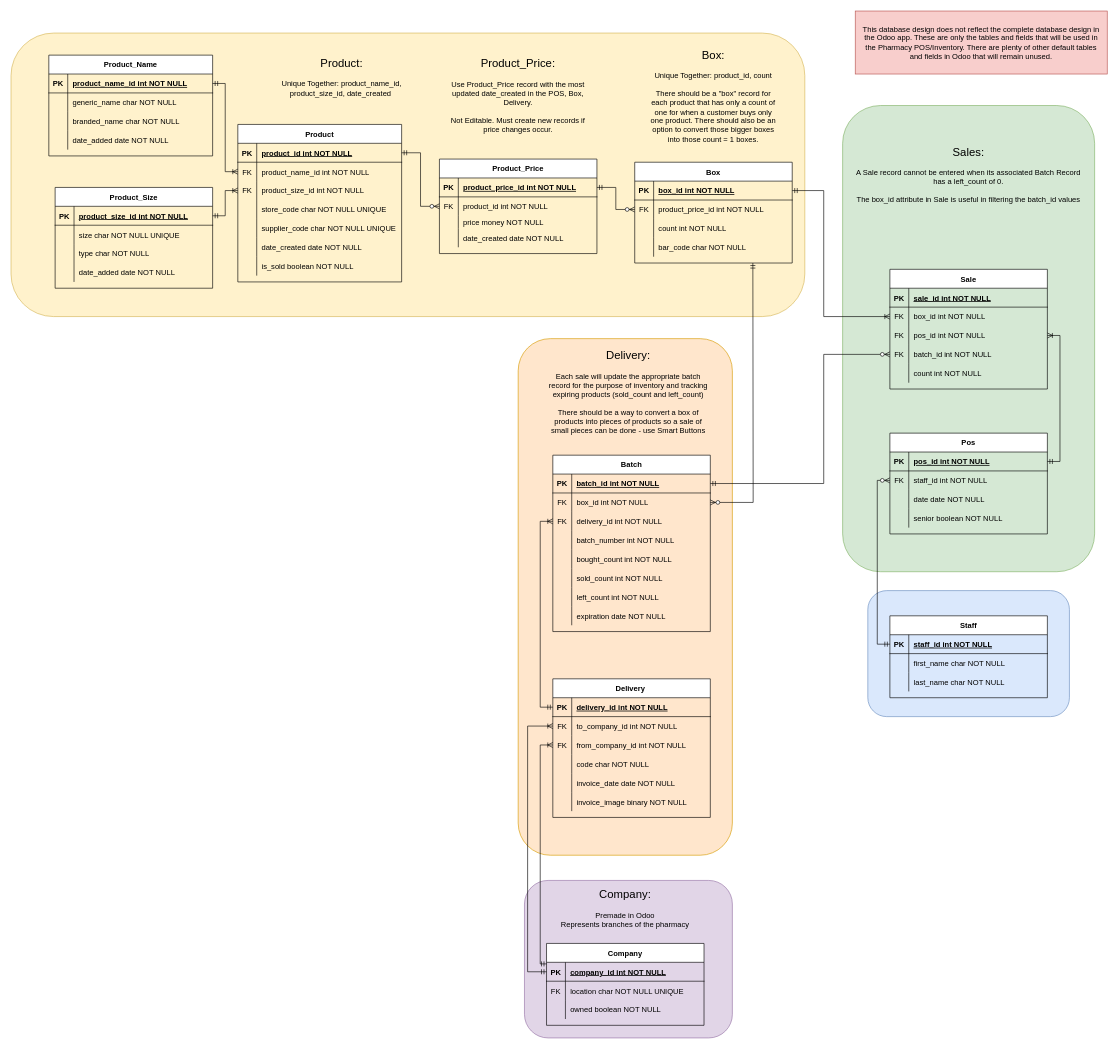
The draw.io diagram db-design.drawio in thisLexic/pharma-pos, before the edit. Source tidied: cells renumbered, new cells numbered last; positions are measured from the earlier drawing's top-left corner, leaving out a move shared by most shapes. Both pictures are drawn from the tidied source at 63%, with x=0, y=0 at pixel (11, 11).
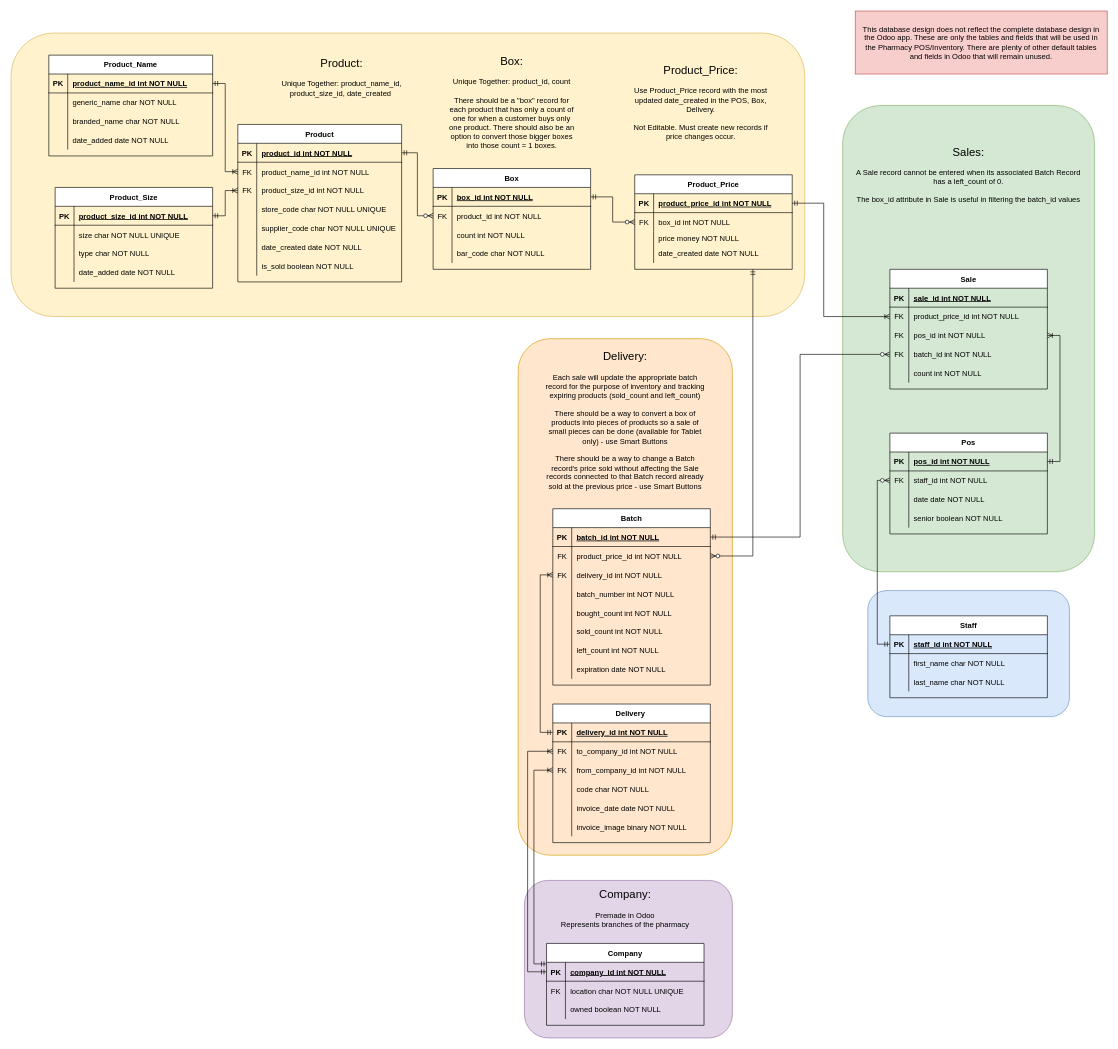
After the change.

The change refers to these unchanged cells:
```xml
<mxCell id="12" style="shape=partialRectangle;fillColor=none;points=[[0,0.5],[1,0.5]];portConstraint=eastwest;top=0;left=0;right=0;bottom=0;" parent="8" vertex="1">
  <mxGeometry y="60" width="250" height="30" as="geometry" />
</mxCell>
<mxCell id="15" style="shape=partialRectangle;fillColor=none;points=[[0,0.5],[1,0.5]];portConstraint=eastwest;top=0;left=0;right=0;bottom=0;" parent="8" vertex="1">
  <mxGeometry y="90" width="250" height="30" as="geometry" />
</mxCell>
<mxCell id="41" style="shape=partialRectangle;fillColor=none;points=[[0,0.5],[1,0.5]];portConstraint=eastwest;top=0;left=0;right=0;bottom=1;" parent="40" vertex="1">
  <mxGeometry y="30" width="260" height="30" as="geometry" />
</mxCell>
<mxCell id="95" style="shape=partialRectangle;fillColor=none;points=[[0,0.5],[1,0.5]];portConstraint=eastwest;top=0;left=0;right=0;bottom=0;" parent="91" vertex="1">
  <mxGeometry y="60" width="250" height="30" as="geometry" />
</mxCell>
<mxCell id="101" style="shape=partialRectangle;fillColor=none;points=[[0,0.5],[1,0.5]];portConstraint=eastwest;top=0;left=0;right=0;bottom=0;" parent="91" vertex="1">
  <mxGeometry y="120" width="250" height="30" as="geometry" />
</mxCell>
<mxCell id="111" value="Company" style="shape=table;startSize=30;childLayout=tableLayout;rowLines=0;fontStyle=1;align=center;" parent="1" vertex="1">
  <mxGeometry x="850" y="1480" width="250" height="130" as="geometry" />
</mxCell>
<mxCell id="112" style="shape=partialRectangle;fillColor=none;points=[[0,0.5],[1,0.5]];portConstraint=eastwest;top=0;left=0;right=0;bottom=1;" parent="111" vertex="1">
  <mxGeometry y="30" width="250" height="30" as="geometry" />
</mxCell>
<mxCell id="125" style="shape=partialRectangle;fillColor=none;points=[[0,0.5],[1,0.5]];portConstraint=eastwest;top=0;left=0;right=0;bottom=1;" parent="124" vertex="1">
  <mxGeometry y="30" width="250" height="30" as="geometry" />
</mxCell>
<mxCell id="128" style="shape=partialRectangle;fillColor=none;points=[[0,0.5],[1,0.5]];portConstraint=eastwest;top=0;left=0;right=0;bottom=0;" parent="124" vertex="1">
  <mxGeometry y="60" width="250" height="30" as="geometry" />
</mxCell>
<mxCell id="153" style="shape=partialRectangle;fillColor=none;points=[[0,0.5],[1,0.5]];portConstraint=eastwest;top=0;left=0;right=0;bottom=1;" parent="152" vertex="1">
  <mxGeometry y="30" width="250" height="30" as="geometry" />
</mxCell>
<mxCell id="156" style="shape=partialRectangle;fillColor=none;points=[[0,0.5],[1,0.5]];portConstraint=eastwest;top=0;left=0;right=0;bottom=0;" parent="152" vertex="1">
  <mxGeometry y="60" width="250" height="30" as="geometry" />
</mxCell>
<mxCell id="179" style="shape=partialRectangle;points=[[0,0.5],[1,0.5]];portConstraint=eastwest;top=0;left=0;right=0;bottom=1;fillColor=none;fontStyle=5;" parent="178" vertex="1">
  <mxGeometry y="30" width="250" height="30" as="geometry" />
</mxCell>
<mxCell id="182" style="shape=partialRectangle;fillColor=none;points=[[0,0.5],[1,0.5]];portConstraint=eastwest;top=0;left=0;right=0;bottom=0;" parent="178" vertex="1">
  <mxGeometry y="60" width="250" height="30" as="geometry" />
</mxCell>
```

Change to the diagram source:
```diff
@@
     <mxCell id="8" value="Delivery " style="shape=table;startSize=30;childLayout=tableLayout;rowLines=0;fontStyle=1;align=center;" parent="1" vertex="1">
-      <mxGeometry x="860" y="1060" width="250" height="220" as="geometry" />
+      <mxGeometry x="860" y="1100" width="250" height="220" as="geometry" />
     </mxCell>
@@
-    <mxCell id="97" value="box_id int NOT NULL" style="shape=partialRectangle;overflow=hidden;fillColor=none;top=0;left=0;bottom=0;right=0;align=left;spacingLeft=6;" parent="95" vertex="1">
+    <mxCell id="97" value="product_price_id int NOT NULL" style="shape=partialRectangle;overflow=hidden;fillColor=none;top=0;left=0;bottom=0;right=0;align=left;spacingLeft=6;" parent="95" vertex="1">
       <mxGeometry x="30" width="220" height="30" as="geometry" />
     </mxCell>
@@
-    <mxCell id="107" style="edgeStyle=orthogonalEdgeStyle;rounded=0;jettySize=auto;html=1;endArrow=ERoneToMany;endFill=0;startArrow=ERmandOne;startFill=0;entryX=0;entryY=0.5;entryDx=0;entryDy=0;exitX=1;exitY=0.5;exitDx=0;exitDy=0;" parent="1" edge="1" source="153" target="95">
+    <mxCell id="107" style="edgeStyle=orthogonalEdgeStyle;rounded=0;jettySize=auto;html=1;endArrow=ERoneToMany;endFill=0;startArrow=ERmandOne;startFill=0;entryX=0;entryY=0.5;entryDx=0;entryDy=0;exitX=1;exitY=0.5;exitDx=0;exitDy=0;" parent="1" edge="1" source="179" target="95">
       <mxGeometry relative="1" as="geometry">
         <Array as="points">
-          <mxPoint x="1290" y="285" />
+          <mxPoint x="1290" y="305" />
           <mxPoint x="1290" y="485" />
         </Array>
       </mxGeometry>
     </mxCell>
@@
     <mxCell id="122" style="edgeStyle=orthogonalEdgeStyle;rounded=0;jettySize=auto;html=1;endArrow=ERoneToMany;endFill=0;startArrow=ERmandOne;startFill=0;entryX=0;entryY=0.5;entryDx=0;entryDy=0;exitX=0;exitY=0.5;exitDx=0;exitDy=0;" parent="1" edge="1" source="112" target="12">
       <mxGeometry relative="1" as="geometry">
         <Array as="points">
           <mxPoint x="820" y="1525" />
-          <mxPoint x="820" y="1135" />
         </Array>
       </mxGeometry>
     </mxCell>
     <mxCell id="123" style="edgeStyle=orthogonalEdgeStyle;rounded=0;jettySize=auto;html=1;endArrow=ERoneToMany;endFill=0;startArrow=ERmandOne;startFill=0;entryX=0;entryY=0.5;entryDx=0;entryDy=0;exitX=0;exitY=0.25;exitDx=0;exitDy=0;" parent="1" edge="1" source="111" target="15">
-      <mxGeometry relative="1" as="geometry">
-        <Array as="points">
-          <mxPoint x="840" y="1513" />
-          <mxPoint x="840" y="1165" />
-        </Array>
-      </mxGeometry>
+      <mxGeometry relative="1" as="geometry" />
     </mxCell>
     <mxCell id="124" value="Batch" style="shape=table;startSize=30;childLayout=tableLayout;rowLines=0;fontStyle=1;align=center;" parent="1" vertex="1">
-      <mxGeometry x="860" y="705" width="250" height="280" as="geometry" />
+      <mxGeometry x="860" y="790" width="250" height="280" as="geometry" />
     </mxCell>
@@
-    <mxCell id="130" value="box_id int NOT NULL" style="shape=partialRectangle;overflow=hidden;fillColor=none;top=0;left=0;bottom=0;right=0;align=left;spacingLeft=6;" parent="128" vertex="1">
+    <mxCell id="130" value="product_price_id int NOT NULL" style="shape=partialRectangle;overflow=hidden;fillColor=none;top=0;left=0;bottom=0;right=0;align=left;spacingLeft=6;" parent="128" vertex="1">
       <mxGeometry x="30" width="220" height="30" as="geometry" />
     </mxCell>
@@
-    <mxCell id="149" style="edgeStyle=orthogonalEdgeStyle;rounded=0;jettySize=auto;html=1;exitX=1;exitY=0.5;exitDx=0;exitDy=0;endArrow=ERmandOne;endFill=0;startArrow=ERzeroToMany;startFill=1;entryX=0.75;entryY=1;entryDx=0;entryDy=0;" parent="1" edge="1" source="128" target="152">
-      <mxGeometry relative="1" as="geometry">
-        <Array as="points">
-          <mxPoint x="1178" y="760" />
-          <mxPoint x="1178" y="650" />
-        </Array>
-      </mxGeometry>
+    <mxCell id="149" style="edgeStyle=orthogonalEdgeStyle;rounded=0;jettySize=auto;html=1;exitX=1;exitY=0.5;exitDx=0;exitDy=0;endArrow=ERmandOne;endFill=0;startArrow=ERzeroToMany;startFill=1;entryX=0.75;entryY=1;entryDx=0;entryDy=0;" parent="1" edge="1" source="128" target="178">
+      <mxGeometry relative="1" as="geometry" />
     </mxCell>
@@
-    <mxCell id="151" value="&lt;font style=&quot;font-size: 18px&quot;&gt;Delivery:&lt;/font&gt;&lt;br&gt;&lt;br&gt;Each sale will update the appropriate batch record for the purpose of inventory and tracking expiring products (sold_count and left_count)&lt;br&gt;&lt;br&gt;There should be a way to convert a box of products into pieces of products so a sale of small pieces can be done - use Smart Buttons" style="text;html=1;strokeColor=none;fillColor=none;align=center;verticalAlign=middle;whiteSpace=wrap;rounded=0;" parent="1" vertex="1">
-      <mxGeometry x="850" y="530" width="260" height="150" as="geometry" />
+    <mxCell id="151" value="&lt;font style=&quot;font-size: 18px&quot;&gt;Delivery:&lt;/font&gt;&lt;br&gt;&lt;br&gt;Each sale will update the appropriate batch record for the purpose of inventory and tracking expiring products (sold_count and left_count)&lt;br&gt;&lt;br&gt;There should be a way to convert a box of products into pieces of products so a sale of small pieces can be done (available for Tablet only) - use Smart Buttons&lt;br&gt;&lt;br&gt;There should be a way to change a Batch record's price sold without affecting the Sale records connected to that Batch record already sold at the previous price - use Smart Buttons" style="text;html=1;strokeColor=none;fillColor=none;align=center;verticalAlign=middle;whiteSpace=wrap;rounded=0;" parent="1" vertex="1">
+      <mxGeometry x="845" y="520" width="260" height="260" as="geometry" />
     </mxCell>
     <mxCell id="152" value="Box" style="shape=table;startSize=30;childLayout=tableLayout;rowLines=0;fontStyle=1;align=center;" parent="1" vertex="1">
-      <mxGeometry x="990" y="240" width="250" height="160" as="geometry" />
+      <mxGeometry x="670" y="250" width="250" height="160" as="geometry" />
     </mxCell>
@@
-    <mxCell id="158" value="product_price_id int NOT NULL" style="shape=partialRectangle;overflow=hidden;fillColor=none;top=0;left=0;bottom=0;right=0;align=left;spacingLeft=6;" parent="156" vertex="1">
+    <mxCell id="158" value="product_id int NOT NULL" style="shape=partialRectangle;overflow=hidden;fillColor=none;top=0;left=0;bottom=0;right=0;align=left;spacingLeft=6;" parent="156" vertex="1">
       <mxGeometry x="30" width="220" height="30" as="geometry" />
     </mxCell>
@@
     <mxCell id="165" value="&lt;font style=&quot;font-size: 18px&quot;&gt;Box:&lt;/font&gt;&lt;br&gt;&lt;br&gt;Unique Together:&amp;nbsp;&lt;span style=&quot;text-align: left&quot;&gt;product_id, count&lt;br&gt;&lt;br&gt;There should be a &quot;box&quot; record for each product that has only a count of one for when a customer buys only one product. There should also be an option to convert those bigger boxes into those count = 1 boxes.&lt;br&gt;&lt;/span&gt;" style="text;html=1;strokeColor=none;fillColor=none;align=center;verticalAlign=middle;whiteSpace=wrap;rounded=0;" parent="1" vertex="1">
-      <mxGeometry x="1010" y="40" width="210" height="190" as="geometry" />
+      <mxGeometry x="690" y="50" width="210" height="190" as="geometry" />
     </mxCell>
     <mxCell id="166" style="edgeStyle=orthogonalEdgeStyle;rounded=0;jettySize=auto;html=1;exitX=0;exitY=0.5;exitDx=0;exitDy=0;entryX=1;entryY=0.5;entryDx=0;entryDy=0;startArrow=ERzeroToMany;startFill=1;endArrow=ERmandOne;endFill=0;" parent="1" edge="1" source="101" target="125">
-      <mxGeometry relative="1" as="geometry">
-        <Array as="points">
-          <mxPoint x="1290" y="545" />
-          <mxPoint x="1290" y="750" />
-        </Array>
-      </mxGeometry>
+      <mxGeometry relative="1" as="geometry" />
     </mxCell>
@@
     <mxCell id="178" value="Product_Price" style="shape=table;startSize=30;childLayout=tableLayout;rowLines=0;fontStyle=1;align=center;" parent="1" vertex="1">
-      <mxGeometry x="680" y="235" width="250" height="150" as="geometry" />
+      <mxGeometry x="990" y="260" width="250" height="150" as="geometry" />
     </mxCell>
@@
-    <mxCell id="184" value="product_id int NOT NULL" style="shape=partialRectangle;overflow=hidden;fillColor=none;top=0;left=0;bottom=0;right=0;align=left;spacingLeft=6;" parent="182" vertex="1">
+    <mxCell id="184" value="box_id int NOT NULL" style="shape=partialRectangle;overflow=hidden;fillColor=none;top=0;left=0;bottom=0;right=0;align=left;spacingLeft=6;" parent="182" vertex="1">
       <mxGeometry x="30" width="220" height="30" as="geometry" />
     </mxCell>
@@
     <mxCell id="191" value="&lt;font style=&quot;font-size: 18px&quot;&gt;Product_Price:&lt;/font&gt;&lt;br&gt;&lt;br&gt;Use Product_Price record with the most updated date_created in the POS, Box, Delivery.&lt;br&gt;&lt;br&gt;Not Editable. Must create new records if price changes occur." style="text;html=1;strokeColor=none;fillColor=none;align=center;verticalAlign=middle;whiteSpace=wrap;rounded=0;" parent="1" vertex="1">
-      <mxGeometry x="690" y="100" width="230" height="70" as="geometry" />
+      <mxGeometry x="980" y="110" width="230" height="70" as="geometry" />
     </mxCell>
-    <mxCell id="192" style="edgeStyle=orthogonalEdgeStyle;rounded=0;jettySize=auto;html=1;exitX=0;exitY=0.5;exitDx=0;exitDy=0;entryX=1;entryY=0.5;entryDx=0;entryDy=0;endArrow=ERmandOne;endFill=0;startArrow=ERzeroToMany;startFill=1;" parent="1" edge="1" source="156" target="179">
-      <mxGeometry relative="1" as="geometry" />
-    </mxCell>
-    <mxCell id="193" style="edgeStyle=orthogonalEdgeStyle;rounded=0;jettySize=auto;html=1;exitX=0;exitY=0.5;exitDx=0;exitDy=0;entryX=1;entryY=0.5;entryDx=0;entryDy=0;startArrow=ERzeroToMany;startFill=1;endArrow=ERmandOne;endFill=0;" parent="1" edge="1" source="182" target="41">
+    <mxCell id="193" style="edgeStyle=orthogonalEdgeStyle;rounded=0;jettySize=auto;html=1;exitX=0;exitY=0.5;exitDx=0;exitDy=0;startArrow=ERzeroToMany;startFill=1;endArrow=ERmandOne;endFill=0;entryX=1;entryY=0.5;entryDx=0;entryDy=0;" parent="1" edge="1" source="182" target="153">
       <mxGeometry relative="1" as="geometry" />
     </mxCell>
+    <mxCell id="194" style="edgeStyle=orthogonalEdgeStyle;rounded=0;jettySize=auto;html=1;exitX=0;exitY=0.5;exitDx=0;exitDy=0;entryX=1;entryY=0.5;entryDx=0;entryDy=0;endArrow=ERmandOne;endFill=0;startArrow=ERzeroToMany;startFill=1;" parent="1" edge="1" source="156" target="41">
+      <mxGeometry relative="1" as="geometry" />
+    </mxCell>
```
